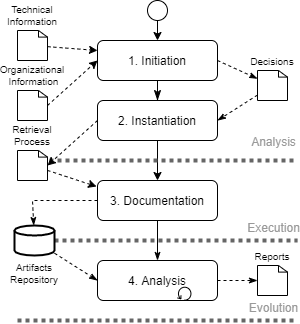
This is process/img/SPLReePlan.png from HestiaProject/PAxSPL, a draw.io export, as it was before one commit. Source tidied: cells renumbered, new cells last; positions are measured from the earlier drawing's top-left corner, leaving out a move shared by most shapes. The source it was exported from:
```xml
<mxGraphModel>
  <root>
    <mxCell id="0" />
    <mxCell id="1" parent="0" />
    <mxCell id="2" style="rounded=0;html=1;jettySize=auto;fontSize=12;endArrow=classicThin;endFill=1;endSize=8;strokeWidth=1;shadow=0;labelBackgroundColor=none;edgeStyle=orthogonalEdgeStyle;labelPosition=center;verticalLabelPosition=top;align=center;verticalAlign=bottom;" parent="1" edge="1" source="3" target="6">
      <mxGeometry relative="1" as="geometry" />
    </mxCell>
    <mxCell id="3" value="1. Initiation" style="rounded=1;whiteSpace=wrap;html=1;fontSize=12;glass=0;strokeWidth=1;shadow=0;labelPosition=center;verticalLabelPosition=middle;align=center;verticalAlign=middle;" parent="1" vertex="1">
      <mxGeometry x="83" y="40" width="120" height="40" as="geometry" />
    </mxCell>
    <mxCell id="4" style="edgeStyle=none;rounded=0;jettySize=auto;html=1;fontSize=12;" parent="1" edge="1" source="6" target="15">
      <mxGeometry relative="1" as="geometry" />
    </mxCell>
    <mxCell id="5" style="edgeStyle=none;rounded=0;jettySize=auto;html=1;startArrow=none;startFill=0;endArrow=classicThin;endFill=1;dashed=1;exitX=1;exitY=0.5;exitDx=0;exitDy=0;labelPosition=center;verticalLabelPosition=top;align=center;verticalAlign=bottom;fontSize=12;" parent="1" edge="1" source="3" target="17">
      <mxGeometry relative="1" as="geometry" />
    </mxCell>
    <mxCell id="6" value="2. Instantiation" style="rounded=1;whiteSpace=wrap;html=1;fontSize=12;glass=0;strokeWidth=1;shadow=0;" parent="1" vertex="1">
      <mxGeometry x="83" y="100" width="120" height="40" as="geometry" />
    </mxCell>
    <mxCell id="7" style="rounded=0;jettySize=auto;html=1;entryX=0;entryY=0.25;entryDx=0;entryDy=0;verticalAlign=bottom;dashed=1;labelPosition=center;verticalLabelPosition=top;align=center;fontSize=12;" parent="1" edge="1" source="8" target="3">
      <mxGeometry relative="1" as="geometry" />
    </mxCell>
    <mxCell id="8" value="Technical Information" style="html=1;outlineConnect=0;whiteSpace=wrap;shape=mxgraph.archimate3.artifact;verticalAlign=bottom;labelPosition=center;verticalLabelPosition=top;align=center;fontSize=10;" parent="1" vertex="1">
      <mxGeometry x="3" y="30" width="30" height="30" as="geometry" />
    </mxCell>
    <mxCell id="9" style="edgeStyle=none;rounded=0;jettySize=auto;html=1;entryX=0;entryY=0.5;entryDx=0;entryDy=0;dashed=1;labelPosition=center;verticalLabelPosition=top;align=center;verticalAlign=bottom;fontSize=12;exitX=1;exitY=0.5;exitDx=0;exitDy=0;exitPerimeter=0;" parent="1" edge="1" source="10" target="3">
      <mxGeometry relative="1" as="geometry" />
    </mxCell>
    <mxCell id="10" value="Organizational&lt;br style=&quot;font-size: 10px;&quot;&gt;&amp;nbsp;Information" style="html=1;outlineConnect=0;whiteSpace=wrap;shape=mxgraph.archimate3.artifact;verticalAlign=bottom;labelPosition=center;verticalLabelPosition=top;align=center;fontSize=10;" parent="1" vertex="1">
      <mxGeometry x="3" y="90" width="30" height="30" as="geometry" />
    </mxCell>
    <mxCell id="11" style="edgeStyle=none;rounded=0;jettySize=auto;html=1;entryX=0.5;entryY=0;entryDx=0;entryDy=0;labelPosition=center;verticalLabelPosition=top;align=center;verticalAlign=bottom;fontSize=12;" parent="1" edge="1" source="12" target="3">
      <mxGeometry relative="1" as="geometry" />
    </mxCell>
    <mxCell id="12" style="shape=mxgraph.bpmn.shape;html=1;verticalLabelPosition=top;labelBackgroundColor=#ffffff;verticalAlign=bottom;align=center;perimeter=ellipsePerimeter;outlineConnect=0;outline=standard;symbol=general;labelPosition=center;fontSize=12;" parent="1" vertex="1">
      <mxGeometry x="133" width="20" height="20" as="geometry" />
    </mxCell>
    <mxCell id="13" style="edgeStyle=none;rounded=0;jettySize=auto;html=1;startArrow=none;startFill=0;endArrow=classicThin;endFill=1;fontSize=12;" parent="1" edge="1" source="15" target="20">
      <mxGeometry relative="1" as="geometry" />
    </mxCell>
    <mxCell id="14" style="edgeStyle=none;rounded=0;jettySize=auto;html=1;dashed=1;startArrow=none;startFill=0;endArrow=classicThin;endFill=1;strokeWidth=1;fontSize=12;fontColor=#000000;" parent="1" edge="1" source="15" target="30">
      <mxGeometry relative="1" as="geometry">
        <Array as="points">
          <mxPoint x="18" y="200" />
        </Array>
      </mxGeometry>
    </mxCell>
    <mxCell id="15" value="3. Documentation" style="rounded=1;whiteSpace=wrap;html=1;fontSize=12;glass=0;strokeWidth=1;shadow=0;" parent="1" vertex="1">
      <mxGeometry x="83" y="180" width="120" height="40" as="geometry" />
    </mxCell>
    <mxCell id="16" style="edgeStyle=none;rounded=0;jettySize=auto;html=1;entryX=1;entryY=0.5;entryDx=0;entryDy=0;dashed=1;startArrow=none;startFill=0;endArrow=classicThin;endFill=1;labelPosition=center;verticalLabelPosition=top;align=center;verticalAlign=bottom;fontSize=12;" parent="1" edge="1" source="17" target="6">
      <mxGeometry relative="1" as="geometry" />
    </mxCell>
    <mxCell id="17" value="Decisions" style="html=1;outlineConnect=0;whiteSpace=wrap;shape=mxgraph.archimate3.artifact;verticalAlign=bottom;labelPosition=center;verticalLabelPosition=top;align=center;fontSize=10;" parent="1" vertex="1">
      <mxGeometry x="243" y="70" width="30" height="30" as="geometry" />
    </mxCell>
    <mxCell id="18" style="edgeStyle=none;rounded=0;orthogonalLoop=1;jettySize=auto;html=1;exitX=0.5;exitY=1;exitDx=0;exitDy=0;exitPerimeter=0;dashed=1;startArrow=none;startFill=0;endArrow=classicThin;endFill=1;labelPosition=center;verticalLabelPosition=top;align=center;verticalAlign=bottom;fontSize=12;" parent="1" edge="1" source="10" target="10">
      <mxGeometry relative="1" as="geometry" />
    </mxCell>
    <mxCell id="19" style="edgeStyle=none;rounded=0;jettySize=auto;html=1;dashed=1;startArrow=none;startFill=0;endArrow=classicThin;endFill=1;strokeWidth=1;fontSize=12;fontColor=#000000;" parent="1" edge="1" source="20">
      <mxGeometry relative="1" as="geometry">
        <mxPoint x="243" y="280" as="targetPoint" />
      </mxGeometry>
    </mxCell>
    <mxCell id="20" value="4. Analysis" style="rounded=1;whiteSpace=wrap;html=1;fontSize=12;glass=0;strokeWidth=1;shadow=0;" parent="1" vertex="1">
      <mxGeometry x="83" y="260" width="120" height="40" as="geometry" />
    </mxCell>
    <mxCell id="21" style="endArrow=none;html=1;fillColor=#f5f5f5;strokeColor=#666666;strokeWidth=4;dashed=1;dashPattern=1 1;fontSize=12;" parent="1" edge="1">
      <mxGeometry relative="1" as="geometry">
        <mxPoint x="3" y="160" as="sourcePoint" />
        <mxPoint x="283" y="160" as="targetPoint" />
      </mxGeometry>
    </mxCell>
    <mxCell id="22" value="Analysis" style="edgeLabel;html=1;align=center;verticalAlign=bottom;points=[];labelPosition=center;verticalLabelPosition=top;fontSize=12;fontColor=#999999;" parent="21" vertex="1">
      <mxGeometry x="0.73" y="-1" relative="1" as="geometry">
        <mxPoint x="12.2" y="-11" as="offset" />
      </mxGeometry>
    </mxCell>
    <mxCell id="23" style="endArrow=none;html=1;fillColor=#f5f5f5;strokeColor=#666666;strokeWidth=4;dashed=1;dashPattern=1 1;fontSize=12;" parent="1" edge="1" source="30">
      <mxGeometry relative="1" as="geometry">
        <mxPoint x="283" y="240" as="targetPoint" />
      </mxGeometry>
    </mxCell>
    <mxCell id="24" value="Execution" style="edgeLabel;html=1;align=center;verticalAlign=bottom;labelPosition=center;verticalLabelPosition=top;fontSize=12;fontColor=#999999;" parent="23" vertex="1">
      <mxGeometry x="0.73" y="-1" relative="1" as="geometry">
        <mxPoint x="7.6" y="-5.4" as="offset" />
      </mxGeometry>
    </mxCell>
    <mxCell id="25" style="endArrow=none;html=1;fillColor=#f5f5f5;strokeColor=#666666;strokeWidth=4;dashed=1;dashPattern=1 1;fontSize=12;" parent="1" edge="1">
      <mxGeometry relative="1" as="geometry">
        <mxPoint x="3" y="320" as="sourcePoint" />
        <mxPoint x="283" y="320" as="targetPoint" />
      </mxGeometry>
    </mxCell>
    <mxCell id="26" value="Evolution" style="edgeLabel;html=1;align=center;verticalAlign=bottom;labelPosition=center;verticalLabelPosition=top;fontSize=12;fontColor=#999999;" parent="25" vertex="1">
      <mxGeometry x="0.73" y="-1" relative="1" as="geometry">
        <mxPoint x="12.2" y="-5" as="offset" />
      </mxGeometry>
    </mxCell>
    <mxCell id="27" style="edgeStyle=none;rounded=0;jettySize=auto;html=1;entryX=0;entryY=0.5;entryDx=0;entryDy=0;dashed=1;startArrow=none;startFill=0;endArrow=classicThin;endFill=1;strokeWidth=1;fontSize=12;fontColor=#000000;" parent="1" edge="1" source="30" target="20">
      <mxGeometry relative="1" as="geometry" />
    </mxCell>
    <mxCell id="28" value="Reports" style="html=1;whiteSpace=wrap;shape=mxgraph.archimate3.artifact;verticalAlign=bottom;labelPosition=center;verticalLabelPosition=top;align=center;fontSize=10;" parent="1" vertex="1">
      <mxGeometry x="243" y="265" width="30" height="30" as="geometry" />
    </mxCell>
    <mxCell id="29" style="html=1;shape=mxgraph.bpmn.loop;fontSize=12;" parent="1" vertex="1">
      <mxGeometry x="163" y="286" width="14" height="14" as="geometry" />
    </mxCell>
    <mxCell id="30" value="Artifacts Repository" style="strokeWidth=2;html=1;shape=mxgraph.flowchart.database;whiteSpace=wrap;fontSize=10;labelPosition=center;verticalLabelPosition=bottom;align=center;verticalAlign=top;" parent="1" vertex="1">
      <mxGeometry y="225" width="40" height="30" as="geometry" />
    </mxCell>
    <mxCell id="31" style="rounded=0;jettySize=auto;html=1;entryX=-0.008;entryY=0.15;entryDx=0;entryDy=0;verticalAlign=bottom;dashed=1;labelPosition=center;verticalLabelPosition=top;align=center;fontSize=12;entryPerimeter=0;" parent="1" edge="1" source="32" target="15">
      <mxGeometry relative="1" as="geometry" />
    </mxCell>
    <mxCell id="32" value="Retrieval Process" style="html=1;outlineConnect=0;whiteSpace=wrap;shape=mxgraph.archimate3.artifact;verticalAlign=bottom;labelPosition=center;verticalLabelPosition=top;align=center;fontSize=10;" parent="1" vertex="1">
      <mxGeometry x="3" y="150" width="30" height="30" as="geometry" />
    </mxCell>
    <mxCell id="33" style="rounded=0;jettySize=auto;html=1;entryX=1;entryY=0.5;entryDx=0;entryDy=0;verticalAlign=bottom;dashed=1;labelPosition=center;verticalLabelPosition=top;align=center;fontSize=12;entryPerimeter=0;exitX=0;exitY=0.5;exitDx=0;exitDy=0;" parent="1" edge="1" source="6" target="32">
      <mxGeometry relative="1" as="geometry" />
    </mxCell>
  </root>
</mxGraphModel>
```
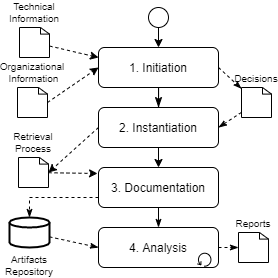
After the change.

What changed in the source:
```diff
@@ -21,13 +21,13 @@
       <mxGeometry relative="1" as="geometry" />
     </mxCell>
     <mxCell id="8" value="Technical Information" style="html=1;outlineConnect=0;whiteSpace=wrap;shape=mxgraph.archimate3.artifact;verticalAlign=bottom;labelPosition=center;verticalLabelPosition=top;align=center;fontSize=10;" parent="1" vertex="1">
-      <mxGeometry x="3" y="30" width="30" height="30" as="geometry" />
+      <mxGeometry x="4" y="20" width="30" height="30" as="geometry" />
     </mxCell>
     <mxCell id="9" style="edgeStyle=none;rounded=0;jettySize=auto;html=1;entryX=0;entryY=0.5;entryDx=0;entryDy=0;dashed=1;labelPosition=center;verticalLabelPosition=top;align=center;verticalAlign=bottom;fontSize=12;exitX=1;exitY=0.5;exitDx=0;exitDy=0;exitPerimeter=0;" parent="1" edge="1" source="10" target="3">
       <mxGeometry relative="1" as="geometry" />
     </mxCell>
     <mxCell id="10" value="Organizational&lt;br style=&quot;font-size: 10px;&quot;&gt;&amp;nbsp;Information" style="html=1;outlineConnect=0;whiteSpace=wrap;shape=mxgraph.archimate3.artifact;verticalAlign=bottom;labelPosition=center;verticalLabelPosition=top;align=center;fontSize=10;" parent="1" vertex="1">
-      <mxGeometry x="3" y="90" width="30" height="30" as="geometry" />
+      <mxGeometry x="2" y="80" width="30" height="30" as="geometry" />
     </mxCell>
     <mxCell id="11" style="edgeStyle=none;rounded=0;jettySize=auto;html=1;entryX=0.5;entryY=0;entryDx=0;entryDy=0;labelPosition=center;verticalLabelPosition=top;align=center;verticalAlign=bottom;fontSize=12;" parent="1" edge="1" source="12" target="3">
       <mxGeometry relative="1" as="geometry" />
@@ -38,85 +38,51 @@
     <mxCell id="13" style="edgeStyle=none;rounded=0;jettySize=auto;html=1;startArrow=none;startFill=0;endArrow=classicThin;endFill=1;fontSize=12;" parent="1" edge="1" source="15" target="20">
       <mxGeometry relative="1" as="geometry" />
     </mxCell>
-    <mxCell id="14" style="edgeStyle=none;rounded=0;jettySize=auto;html=1;dashed=1;startArrow=none;startFill=0;endArrow=classicThin;endFill=1;strokeWidth=1;fontSize=12;fontColor=#000000;" parent="1" edge="1" source="15" target="30">
+    <mxCell id="14" style="edgeStyle=orthogonalEdgeStyle;rounded=0;jettySize=auto;html=1;dashed=1;startArrow=none;startFill=0;endArrow=classicThin;endFill=1;strokeWidth=1;fontSize=12;fontColor=#000000;entryX=0.5;entryY=0;entryDx=0;entryDy=0;entryPerimeter=0;" parent="1" edge="1" source="15" target="27">
       <mxGeometry relative="1" as="geometry">
         <Array as="points">
-          <mxPoint x="18" y="200" />
+          <mxPoint x="14" y="190" />
         </Array>
       </mxGeometry>
     </mxCell>
     <mxCell id="15" value="3. Documentation" style="rounded=1;whiteSpace=wrap;html=1;fontSize=12;glass=0;strokeWidth=1;shadow=0;" parent="1" vertex="1">
-      <mxGeometry x="83" y="180" width="120" height="40" as="geometry" />
+      <mxGeometry x="83" y="160" width="120" height="40" as="geometry" />
     </mxCell>
     <mxCell id="16" style="edgeStyle=none;rounded=0;jettySize=auto;html=1;entryX=1;entryY=0.5;entryDx=0;entryDy=0;dashed=1;startArrow=none;startFill=0;endArrow=classicThin;endFill=1;labelPosition=center;verticalLabelPosition=top;align=center;verticalAlign=bottom;fontSize=12;" parent="1" edge="1" source="17" target="6">
       <mxGeometry relative="1" as="geometry" />
     </mxCell>
     <mxCell id="17" value="Decisions" style="html=1;outlineConnect=0;whiteSpace=wrap;shape=mxgraph.archimate3.artifact;verticalAlign=bottom;labelPosition=center;verticalLabelPosition=top;align=center;fontSize=10;" parent="1" vertex="1">
-      <mxGeometry x="243" y="70" width="30" height="30" as="geometry" />
+      <mxGeometry x="226" y="80" width="30" height="30" as="geometry" />
     </mxCell>
     <mxCell id="18" style="edgeStyle=none;rounded=0;orthogonalLoop=1;jettySize=auto;html=1;exitX=0.5;exitY=1;exitDx=0;exitDy=0;exitPerimeter=0;dashed=1;startArrow=none;startFill=0;endArrow=classicThin;endFill=1;labelPosition=center;verticalLabelPosition=top;align=center;verticalAlign=bottom;fontSize=12;" parent="1" edge="1" source="10" target="10">
       <mxGeometry relative="1" as="geometry" />
     </mxCell>
-    <mxCell id="19" style="edgeStyle=none;rounded=0;jettySize=auto;html=1;dashed=1;startArrow=none;startFill=0;endArrow=classicThin;endFill=1;strokeWidth=1;fontSize=12;fontColor=#000000;" parent="1" edge="1" source="20">
-      <mxGeometry relative="1" as="geometry">
-        <mxPoint x="243" y="280" as="targetPoint" />
-      </mxGeometry>
+    <mxCell id="19" style="edgeStyle=none;rounded=0;jettySize=auto;html=1;dashed=1;startArrow=none;startFill=0;endArrow=classicThin;endFill=1;strokeWidth=1;fontSize=12;fontColor=#000000;entryX=0;entryY=0.5;entryDx=0;entryDy=0;entryPerimeter=0;" parent="1" edge="1" source="20" target="22">
+      <mxGeometry relative="1" as="geometry" />
     </mxCell>
     <mxCell id="20" value="4. Analysis" style="rounded=1;whiteSpace=wrap;html=1;fontSize=12;glass=0;strokeWidth=1;shadow=0;" parent="1" vertex="1">
-      <mxGeometry x="83" y="260" width="120" height="40" as="geometry" />
+      <mxGeometry x="83" y="220" width="120" height="40" as="geometry" />
     </mxCell>
-    <mxCell id="21" style="endArrow=none;html=1;fillColor=#f5f5f5;strokeColor=#666666;strokeWidth=4;dashed=1;dashPattern=1 1;fontSize=12;" parent="1" edge="1">
-      <mxGeometry relative="1" as="geometry">
-        <mxPoint x="3" y="160" as="sourcePoint" />
-        <mxPoint x="283" y="160" as="targetPoint" />
-      </mxGeometry>
+    <mxCell id="21" style="edgeStyle=none;rounded=0;jettySize=auto;html=1;entryX=0;entryY=0.5;entryDx=0;entryDy=0;dashed=1;startArrow=none;startFill=0;endArrow=classicThin;endFill=1;strokeWidth=1;fontSize=12;fontColor=#000000;" parent="1" edge="1" source="27" target="20">
+      <mxGeometry relative="1" as="geometry" />
     </mxCell>
-    <mxCell id="22" value="Analysis" style="edgeLabel;html=1;align=center;verticalAlign=bottom;points=[];labelPosition=center;verticalLabelPosition=top;fontSize=12;fontColor=#999999;" parent="21" vertex="1">
-      <mxGeometry x="0.73" y="-1" relative="1" as="geometry">
-        <mxPoint x="12.2" y="-11" as="offset" />
-      </mxGeometry>
+    <mxCell id="22" value="Reports" style="html=1;outlineConnect=0;whiteSpace=wrap;shape=mxgraph.archimate3.artifact;verticalAlign=bottom;labelPosition=center;verticalLabelPosition=top;align=center;fontSize=10;" parent="1" vertex="1">
+      <mxGeometry x="223" y="225" width="30" height="30" as="geometry" />
     </mxCell>
-    <mxCell id="23" style="endArrow=none;html=1;fillColor=#f5f5f5;strokeColor=#666666;strokeWidth=4;dashed=1;dashPattern=1 1;fontSize=12;" parent="1" edge="1" source="30">
-      <mxGeometry relative="1" as="geometry">
-        <mxPoint x="283" y="240" as="targetPoint" />
-      </mxGeometry>
+    <mxCell id="23" style="html=1;shape=mxgraph.bpmn.loop;fontSize=12;" parent="1" vertex="1">
+      <mxGeometry x="182" y="245" width="14" height="14" as="geometry" />
     </mxCell>
-    <mxCell id="24" value="Execution" style="edgeLabel;html=1;align=center;verticalAlign=bottom;labelPosition=center;verticalLabelPosition=top;fontSize=12;fontColor=#999999;" parent="23" vertex="1">
-      <mxGeometry x="0.73" y="-1" relative="1" as="geometry">
-        <mxPoint x="7.6" y="-5.4" as="offset" />
-      </mxGeometry>
+    <mxCell id="24" style="rounded=0;jettySize=auto;html=1;entryX=-0.008;entryY=0.15;entryDx=0;entryDy=0;verticalAlign=bottom;dashed=1;labelPosition=center;verticalLabelPosition=top;align=center;fontSize=12;entryPerimeter=0;" parent="1" edge="1" source="25" target="15">
+      <mxGeometry relative="1" as="geometry" />
     </mxCell>
-    <mxCell id="25" style="endArrow=none;html=1;fillColor=#f5f5f5;strokeColor=#666666;strokeWidth=4;dashed=1;dashPattern=1 1;fontSize=12;" parent="1" edge="1">
-      <mxGeometry relative="1" as="geometry">
-        <mxPoint x="3" y="320" as="sourcePoint" />
-        <mxPoint x="283" y="320" as="targetPoint" />
-      </mxGeometry>
+    <mxCell id="25" value="Retrieval Process" style="html=1;outlineConnect=0;whiteSpace=wrap;shape=mxgraph.archimate3.artifact;verticalAlign=bottom;labelPosition=center;verticalLabelPosition=top;align=center;fontSize=10;" parent="1" vertex="1">
+      <mxGeometry x="3" y="150" width="30" height="30" as="geometry" />
     </mxCell>
-    <mxCell id="26" value="Evolution" style="edgeLabel;html=1;align=center;verticalAlign=bottom;labelPosition=center;verticalLabelPosition=top;fontSize=12;fontColor=#999999;" parent="25" vertex="1">
-      <mxGeometry x="0.73" y="-1" relative="1" as="geometry">
-        <mxPoint x="12.2" y="-5" as="offset" />
-      </mxGeometry>
+    <mxCell id="26" style="rounded=0;jettySize=auto;html=1;entryX=1;entryY=0.5;entryDx=0;entryDy=0;verticalAlign=bottom;dashed=1;labelPosition=center;verticalLabelPosition=top;align=center;fontSize=12;entryPerimeter=0;exitX=0;exitY=0.5;exitDx=0;exitDy=0;" parent="1" edge="1" source="6" target="25">
+      <mxGeometry relative="1" as="geometry" />
     </mxCell>
-    <mxCell id="27" style="edgeStyle=none;rounded=0;jettySize=auto;html=1;entryX=0;entryY=0.5;entryDx=0;entryDy=0;dashed=1;startArrow=none;startFill=0;endArrow=classicThin;endFill=1;strokeWidth=1;fontSize=12;fontColor=#000000;" parent="1" edge="1" source="30" target="20">
-      <mxGeometry relative="1" as="geometry" />
+    <mxCell id="27" value="Artifacts Repository" style="strokeWidth=2;html=1;shape=mxgraph.flowchart.database;whiteSpace=wrap;fontSize=10;labelPosition=center;verticalLabelPosition=bottom;align=center;verticalAlign=top;" parent="1" vertex="1">
+      <mxGeometry x="-6" y="210" width="40" height="30" as="geometry" />
     </mxCell>
-    <mxCell id="28" value="Reports" style="html=1;whiteSpace=wrap;shape=mxgraph.archimate3.artifact;verticalAlign=bottom;labelPosition=center;verticalLabelPosition=top;align=center;fontSize=10;" parent="1" vertex="1">
-      <mxGeometry x="243" y="265" width="30" height="30" as="geometry" />
-    </mxCell>
-    <mxCell id="29" style="html=1;shape=mxgraph.bpmn.loop;fontSize=12;" parent="1" vertex="1">
-      <mxGeometry x="163" y="286" width="14" height="14" as="geometry" />
-    </mxCell>
-    <mxCell id="30" value="Artifacts Repository" style="strokeWidth=2;html=1;shape=mxgraph.flowchart.database;whiteSpace=wrap;fontSize=10;labelPosition=center;verticalLabelPosition=bottom;align=center;verticalAlign=top;" parent="1" vertex="1">
-      <mxGeometry y="225" width="40" height="30" as="geometry" />
-    </mxCell>
-    <mxCell id="31" style="rounded=0;jettySize=auto;html=1;entryX=-0.008;entryY=0.15;entryDx=0;entryDy=0;verticalAlign=bottom;dashed=1;labelPosition=center;verticalLabelPosition=top;align=center;fontSize=12;entryPerimeter=0;" parent="1" edge="1" source="32" target="15">
-      <mxGeometry relative="1" as="geometry" />
-    </mxCell>
-    <mxCell id="32" value="Retrieval Process" style="html=1;outlineConnect=0;whiteSpace=wrap;shape=mxgraph.archimate3.artifact;verticalAlign=bottom;labelPosition=center;verticalLabelPosition=top;align=center;fontSize=10;" parent="1" vertex="1">
-      <mxGeometry x="3" y="150" width="30" height="30" as="geometry" />
-    </mxCell>
-    <mxCell id="33" style="rounded=0;jettySize=auto;html=1;entryX=1;entryY=0.5;entryDx=0;entryDy=0;verticalAlign=bottom;dashed=1;labelPosition=center;verticalLabelPosition=top;align=center;fontSize=12;entryPerimeter=0;exitX=0;exitY=0.5;exitDx=0;exitDy=0;" parent="1" edge="1" source="6" target="32">
-      <mxGeometry relative="1" as="geometry" />
-    </mxCell>
   </root>
 </mxGraphModel>
```
